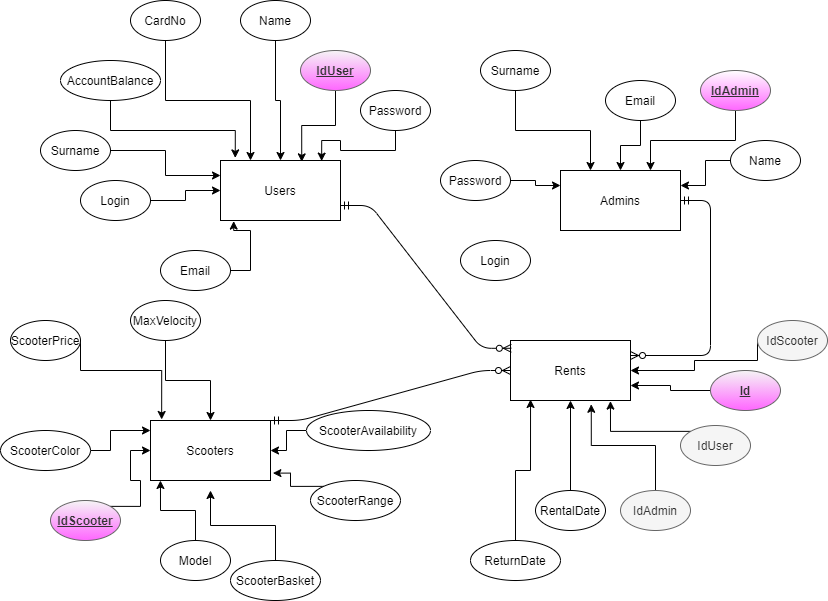
This is jooter.png from jooter-gin/Jooter, a draw.io export, as it was before one commit. Source tidied: cells renumbered, new cells last; positions are measured from the earlier drawing's top-left corner, leaving out a move shared by most shapes.
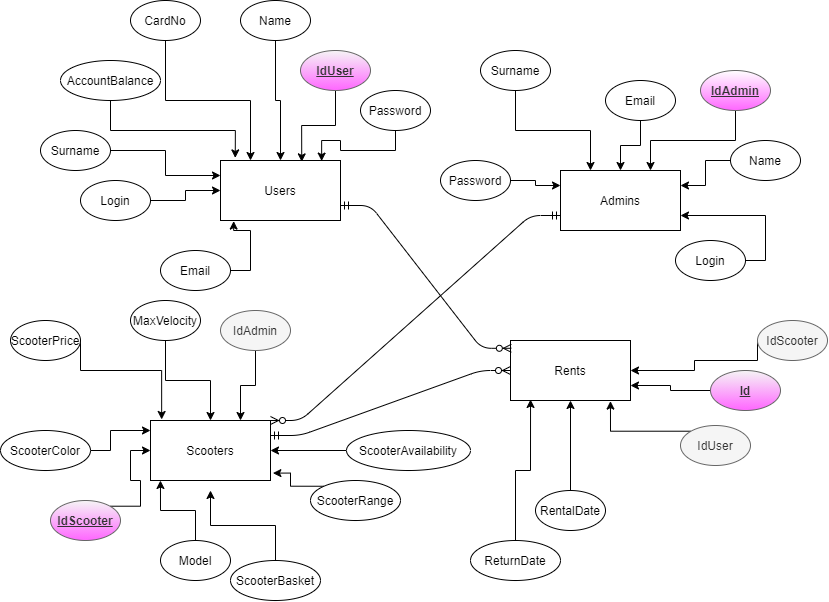
After the commit.

What changed in the source:
```diff
@@ -68,8 +68,11 @@
     <mxCell id="23" value="IdScooter" style="ellipse;whiteSpace=wrap;html=1;fontStyle=5;fillColor=#f5f5f5;strokeColor=#666666;fontColor=#333333;gradientColor=#FF66FF;" parent="1" vertex="1">
       <mxGeometry x="50" y="500" width="70" height="40" as="geometry" />
     </mxCell>
+    <mxCell id="64" style="edgeStyle=orthogonalEdgeStyle;rounded=0;jettySize=auto;html=1;exitX=1;exitY=0.5;exitDx=0;exitDy=0;entryX=1;entryY=0.75;entryDx=0;entryDy=0;" parent="1" edge="1" source="24" target="5">
+      <mxGeometry relative="1" as="geometry" />
+    </mxCell>
     <mxCell id="24" value="Login" style="ellipse;whiteSpace=wrap;html=1;" parent="1" vertex="1">
-      <mxGeometry x="460" y="240" width="70" height="40" as="geometry" />
+      <mxGeometry x="675" y="240" width="70" height="40" as="geometry" />
     </mxCell>
     <mxCell id="25" style="edgeStyle=orthogonalEdgeStyle;rounded=0;jettySize=auto;html=1;exitX=1;exitY=0.5;exitDx=0;exitDy=0;entryX=0;entryY=0.25;entryDx=0;entryDy=0;" parent="1" edge="1" source="26" target="5">
       <mxGeometry relative="1" as="geometry" />
@@ -119,7 +122,7 @@
       <mxGeometry relative="1" as="geometry" />
     </mxCell>
     <mxCell id="40" value="ScooterAvailability" style="ellipse;whiteSpace=wrap;html=1;" parent="1" vertex="1">
-      <mxGeometry x="306" y="410" width="124" height="40" as="geometry" />
+      <mxGeometry x="346" y="430" width="124" height="40" as="geometry" />
     </mxCell>
     <mxCell id="41" style="edgeStyle=orthogonalEdgeStyle;rounded=0;jettySize=auto;html=1;exitX=1;exitY=0.5;exitDx=0;exitDy=0;" parent="1" edge="1" source="42" target="3">
       <mxGeometry relative="1" as="geometry">
@@ -161,11 +164,16 @@
     <mxCell id="50" value="ReturnDate" style="ellipse;whiteSpace=wrap;html=1;" parent="1" vertex="1">
       <mxGeometry x="470" y="540" width="90" height="40" as="geometry" />
     </mxCell>
-    <mxCell id="51" style="edgeStyle=orthogonalEdgeStyle;rounded=0;jettySize=auto;html=1;exitX=0.5;exitY=0;exitDx=0;exitDy=0;entryX=0.673;entryY=1.063;entryDx=0;entryDy=0;entryPerimeter=0;" parent="1" edge="1" source="52" target="4">
-      <mxGeometry relative="1" as="geometry" />
-    </mxCell>
+    <mxCell id="65" style="edgeStyle=orthogonalEdgeStyle;rounded=0;jettySize=auto;html=1;exitX=0.5;exitY=1;exitDx=0;exitDy=0;entryX=0.75;entryY=0;entryDx=0;entryDy=0;" parent="1" edge="1" source="52" target="3">
+      <mxGeometry relative="1" as="geometry">
+        <Array as="points">
+          <mxPoint x="255" y="385" />
+          <mxPoint x="240" y="385" />
+        </Array>
+      </mxGeometry>
+    </mxCell>
     <mxCell id="52" value="IdAdmin" style="ellipse;whiteSpace=wrap;html=1;fillColor=#f5f5f5;strokeColor=#666666;fontColor=#333333;" parent="1" vertex="1">
-      <mxGeometry x="620" y="490" width="70" height="40" as="geometry" />
+      <mxGeometry x="220" y="310" width="70" height="40" as="geometry" />
     </mxCell>
     <mxCell id="53" style="edgeStyle=orthogonalEdgeStyle;rounded=0;jettySize=auto;html=1;exitX=0;exitY=0;exitDx=0;exitDy=0;entryX=0.833;entryY=1.01;entryDx=0;entryDy=0;entryPerimeter=0;" parent="1" edge="1" source="54" target="4">
       <mxGeometry relative="1" as="geometry" />
@@ -197,14 +205,14 @@
     <mxCell id="60" value="RentalDate" style="ellipse;whiteSpace=wrap;html=1;" parent="1" vertex="1">
       <mxGeometry x="535" y="490" width="70" height="40" as="geometry" />
     </mxCell>
-    <mxCell id="61" style="edgeStyle=entityRelationEdgeStyle;fontSize=12;html=1;endArrow=ERzeroToMany;startArrow=ERmandOne;exitX=1;exitY=0;exitDx=0;exitDy=0;entryX=0;entryY=0.5;entryDx=0;entryDy=0;" parent="1" edge="1" source="3" target="4">
+    <mxCell id="61" style="edgeStyle=entityRelationEdgeStyle;fontSize=12;html=1;endArrow=ERzeroToMany;startArrow=ERmandOne;exitX=1;exitY=0.25;exitDx=0;exitDy=0;entryX=0;entryY=0.5;entryDx=0;entryDy=0;" parent="1" edge="1" source="3" target="4">
       <mxGeometry relative="1" as="geometry" />
     </mxCell>
-    <mxCell id="62" style="edgeStyle=entityRelationEdgeStyle;fontSize=12;html=1;endArrow=ERzeroToMany;startArrow=ERmandOne;entryX=1;entryY=0.25;entryDx=0;entryDy=0;" parent="1" edge="1" source="5" target="4">
-      <mxGeometry relative="1" as="geometry" />
-    </mxCell>
     <mxCell id="63" style="edgeStyle=entityRelationEdgeStyle;fontSize=12;html=1;endArrow=ERzeroToMany;startArrow=ERmandOne;exitX=1;exitY=0.75;exitDx=0;exitDy=0;entryX=0.007;entryY=0.13;entryDx=0;entryDy=0;entryPerimeter=0;" parent="1" edge="1" source="2" target="4">
       <mxGeometry relative="1" as="geometry" />
     </mxCell>
+    <mxCell id="66" style="edgeStyle=entityRelationEdgeStyle;fontSize=12;html=1;endArrow=ERzeroToMany;startArrow=ERmandOne;exitX=0;exitY=0.75;exitDx=0;exitDy=0;entryX=1;entryY=0;entryDx=0;entryDy=0;" parent="1" edge="1" source="5" target="3">
+      <mxGeometry relative="1" as="geometry" />
+    </mxCell>
   </root>
 </mxGraphModel>
```
